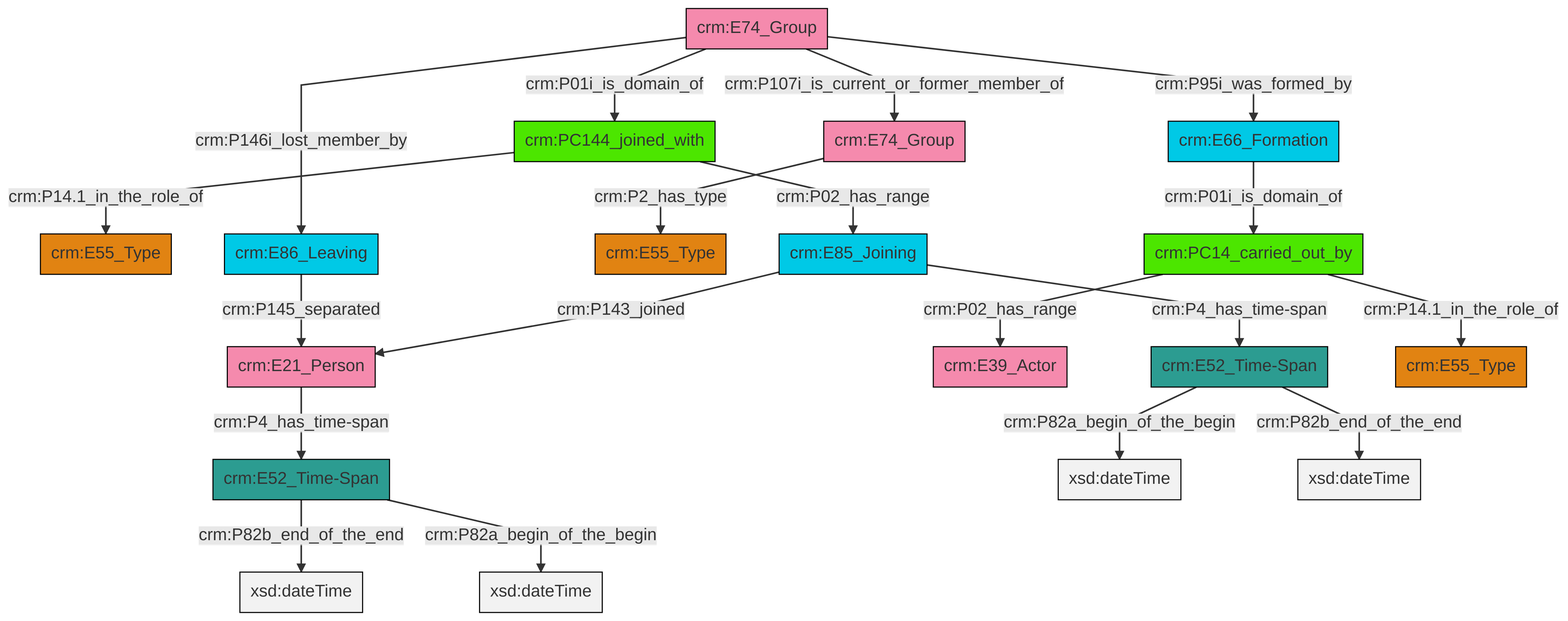
Before: et/groupCSV/ttl/mmd/png/group_actor_relations.png, a diagram exported from Mermaid (swiss-art-research-net/docs.swissartresearch). Its source is kept beside it as et/groupCSV/ttl/mmd/group_actor_relations.ttl.mmd.
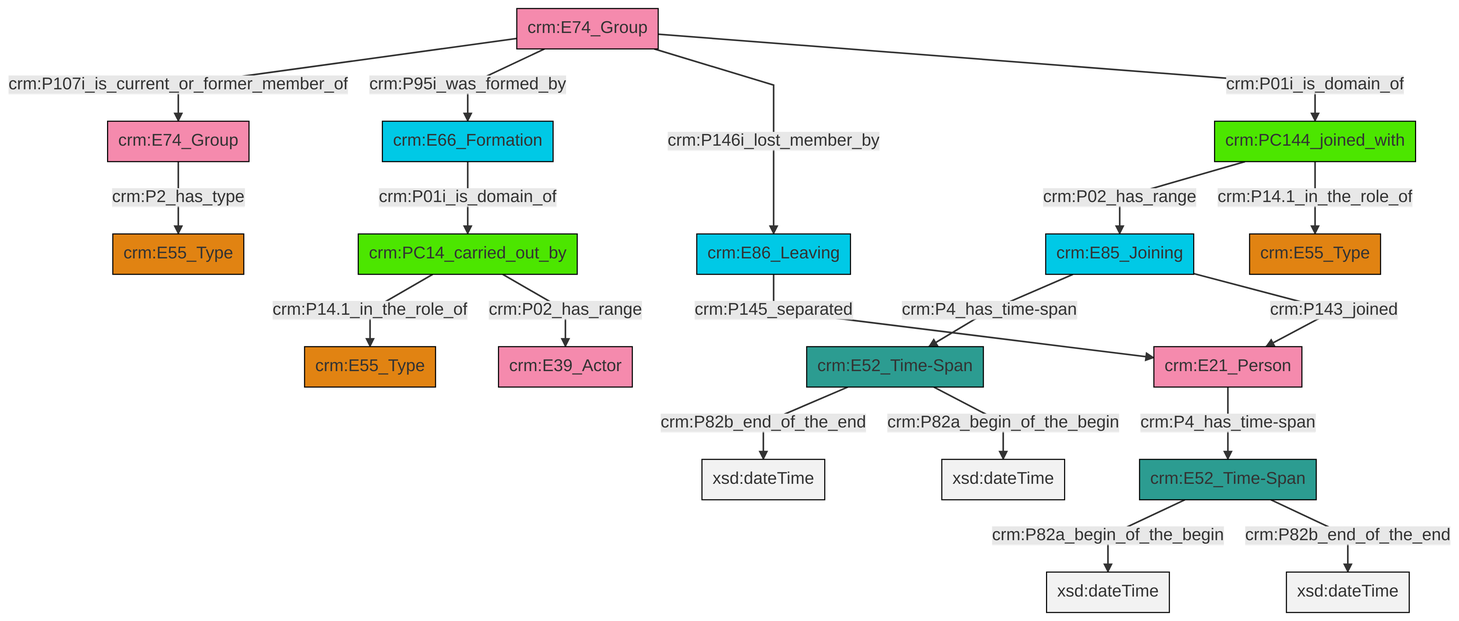
After the change.

Change to the diagram source:
```diff
@@ -13,21 +13,21 @@
 classDef PC_Classes fill:#4ce600, stroke:#000000;
 classDef Multi fill:#cccccc,stroke:#000000;
 
-0["crm:E52_Time-Span"]:::Time-Span -->|crm:P82b_end_of_the_end| 1[xsd:dateTime]:::Literal
-2["crm:PC144_joined_with"]:::PC_Classes -->|crm:P14.1_in_the_role_of| 3["crm:E55_Type"]:::Type
-4["crm:E21_Person"]:::Actor -->|crm:P4_has_time-span| 0["crm:E52_Time-Span"]:::Time-Span
-7["crm:E86_Leaving"]:::Temporal_Entity -->|crm:P145_separated| 4["crm:E21_Person"]:::Actor
-8["crm:E74_Group"]:::Actor -->|crm:P2_has_type| 9["crm:E55_Type"]:::Type
-10["crm:E85_Joining"]:::Temporal_Entity -->|crm:P4_has_time-span| 11["crm:E52_Time-Span"]:::Time-Span
-12["crm:E74_Group"]:::Actor -->|crm:P146i_lost_member_by| 7["crm:E86_Leaving"]:::Temporal_Entity
-16["crm:PC14_carried_out_by"]:::PC_Classes -->|crm:P02_has_range| 5["crm:E39_Actor"]:::Actor
-2["crm:PC144_joined_with"]:::PC_Classes -->|crm:P02_has_range| 10["crm:E85_Joining"]:::Temporal_Entity
-12["crm:E74_Group"]:::Actor -->|crm:P95i_was_formed_by| 18["crm:E66_Formation"]:::Temporal_Entity
-16["crm:PC14_carried_out_by"]:::PC_Classes -->|crm:P14.1_in_the_role_of| 20["crm:E55_Type"]:::Type
-12["crm:E74_Group"]:::Actor -->|crm:P107i_is_current_or_former_member_of| 8["crm:E74_Group"]:::Actor
-18["crm:E66_Formation"]:::Temporal_Entity -->|crm:P01i_is_domain_of| 16["crm:PC14_carried_out_by"]:::PC_Classes
-0["crm:E52_Time-Span"]:::Time-Span -->|crm:P82a_begin_of_the_begin| 26[xsd:dateTime]:::Literal
-10["crm:E85_Joining"]:::Temporal_Entity -->|crm:P143_joined| 4["crm:E21_Person"]:::Actor
-12["crm:E74_Group"]:::Actor -->|crm:P01i_is_domain_of| 2["crm:PC144_joined_with"]:::PC_Classes
-11["crm:E52_Time-Span"]:::Time-Span -->|crm:P82a_begin_of_the_begin| 33[xsd:dateTime]:::Literal
-11["crm:E52_Time-Span"]:::Time-Span -->|crm:P82b_end_of_the_end| 34[xsd:dateTime]:::Literal
+0["crm:E85_Joining"]:::Temporal_Entity -->|crm:P4_has_time-span| 1["crm:E52_Time-Span"]:::Time-Span
+4["crm:E52_Time-Span"]:::Time-Span -->|crm:P82a_begin_of_the_begin| 5[xsd:dateTime]:::Literal
+1["crm:E52_Time-Span"]:::Time-Span -->|crm:P82b_end_of_the_end| 8[xsd:dateTime]:::Literal
+1["crm:E52_Time-Span"]:::Time-Span -->|crm:P82a_begin_of_the_begin| 9[xsd:dateTime]:::Literal
+10["crm:E74_Group"]:::Actor -->|crm:P107i_is_current_or_former_member_of| 11["crm:E74_Group"]:::Actor
+12["crm:PC14_carried_out_by"]:::PC_Classes -->|crm:P14.1_in_the_role_of| 13["crm:E55_Type"]:::Type
+14["crm:PC144_joined_with"]:::PC_Classes -->|crm:P02_has_range| 0["crm:E85_Joining"]:::Temporal_Entity
+14["crm:PC144_joined_with"]:::PC_Classes -->|crm:P14.1_in_the_role_of| 17["crm:E55_Type"]:::Type
+10["crm:E74_Group"]:::Actor -->|crm:P95i_was_formed_by| 19["crm:E66_Formation"]:::Temporal_Entity
+4["crm:E52_Time-Span"]:::Time-Span -->|crm:P82b_end_of_the_end| 22[xsd:dateTime]:::Literal
+2["crm:E21_Person"]:::Actor -->|crm:P4_has_time-span| 4["crm:E52_Time-Span"]:::Time-Span
+11["crm:E74_Group"]:::Actor -->|crm:P2_has_type| 15["crm:E55_Type"]:::Type
+19["crm:E66_Formation"]:::Temporal_Entity -->|crm:P01i_is_domain_of| 12["crm:PC14_carried_out_by"]:::PC_Classes
+10["crm:E74_Group"]:::Actor -->|crm:P146i_lost_member_by| 6["crm:E86_Leaving"]:::Temporal_Entity
+10["crm:E74_Group"]:::Actor -->|crm:P01i_is_domain_of| 14["crm:PC144_joined_with"]:::PC_Classes
+6["crm:E86_Leaving"]:::Temporal_Entity -->|crm:P145_separated| 2["crm:E21_Person"]:::Actor
+12["crm:PC14_carried_out_by"]:::PC_Classes -->|crm:P02_has_range| 20["crm:E39_Actor"]:::Actor
+0["crm:E85_Joining"]:::Temporal_Entity -->|crm:P143_joined| 2["crm:E21_Person"]:::Actor
```
